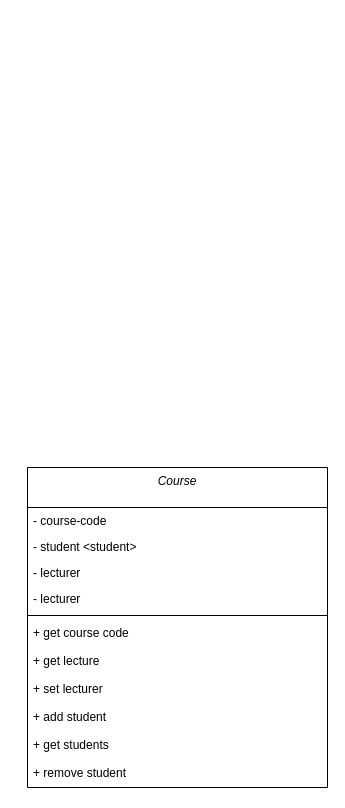
Before: PythonClass/SchoolSystem.drawio in Bamzy123/PythonClass, a draw.io diagram. Source tidied: cells renumbered, new cells numbered last; positions are measured from the earlier drawing's top-left corner, leaving out a move shared by most shapes. Both pictures are drawn from the tidied source at 100%, with x=0, y=0 at pixel (27, 467).
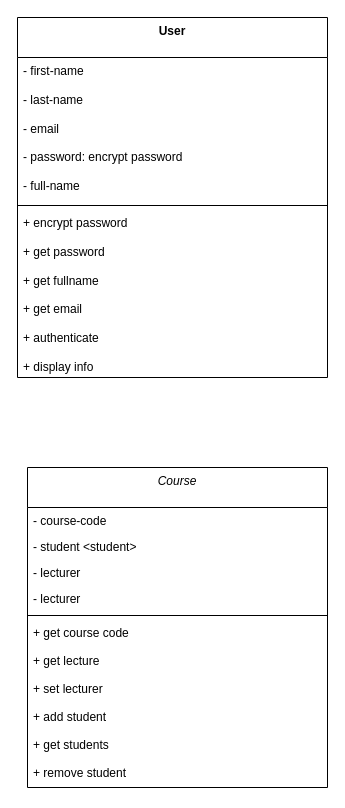
Above is the later version.

What changed in the source:
```diff
@@
 <mxGraphModel>
   <root>
     <mxCell id="0" />
     <mxCell id="1" parent="0" />
     <mxCell id="2" value="Course" style="swimlane;fontStyle=2;align=center;verticalAlign=top;horizontal=1;startSize=40;rounded=0;shadow=0;strokeWidth=1;" parent="1" vertex="1">
       <mxGeometry width="300" height="320" as="geometry" />
     </mxCell>
     <mxCell id="3" value="- course-code" style="text;align=left;verticalAlign=top;spacingLeft=4;spacingRight=4;overflow=hidden;" parent="2" vertex="1">
       <mxGeometry y="40" width="300" height="26" as="geometry" />
     </mxCell>
     <mxCell id="4" value="- student &lt;student&gt;" style="text;align=left;verticalAlign=top;spacingLeft=4;spacingRight=4;overflow=hidden;rounded=0;shadow=0;html=0;" parent="2" vertex="1">
       <mxGeometry y="66" width="300" height="26" as="geometry" />
     </mxCell>
     <mxCell id="5" value="- lecturer" style="text;align=left;verticalAlign=top;spacingLeft=4;spacingRight=4;overflow=hidden;rounded=0;shadow=0;html=0;" parent="2" vertex="1">
       <mxGeometry y="92" width="300" height="26" as="geometry" />
     </mxCell>
     <mxCell id="6" value="- lecturer" style="text;align=left;verticalAlign=top;spacingLeft=4;spacingRight=4;overflow=hidden;rounded=0;shadow=0;html=0;" parent="2" vertex="1">
       <mxGeometry y="118" width="300" height="26" as="geometry" />
     </mxCell>
     <mxCell id="7" style="line;html=1;strokeWidth=1;align=left;verticalAlign=middle;spacingTop=-1;spacingLeft=3;spacingRight=3;labelPosition=right;" parent="2" vertex="1">
       <mxGeometry y="144" width="300" height="8" as="geometry" />
     </mxCell>
     <mxCell id="8" value="+ get course code&#10;&#10;+ get lecture&#10;&#10;+ set lecturer&#10;&#10;+ add student&#10;&#10;+ get students&#10;&#10;+ remove student" style="text;align=left;verticalAlign=top;spacingLeft=4;spacingRight=4;overflow=hidden;" parent="2" vertex="1">
       <mxGeometry y="152" width="300" height="168" as="geometry" />
     </mxCell>
+    <mxCell id="9" value="User" style="swimlane;fontStyle=1;align=center;verticalAlign=top;horizontal=1;startSize=40;whiteSpace=wrap;html=1;" parent="1" vertex="1">
+      <mxGeometry x="-10" y="-450" width="310" height="360" as="geometry" />
+    </mxCell>
+    <mxCell id="10" value="- first-name&lt;div&gt;&lt;br&gt;&lt;div&gt;- last-name&lt;/div&gt;&lt;div&gt;&lt;br&gt;&lt;/div&gt;&lt;div&gt;- email&lt;/div&gt;&lt;/div&gt;&lt;div&gt;&lt;br&gt;&lt;/div&gt;&lt;div&gt;- password: encrypt password&lt;/div&gt;&lt;div&gt;&lt;br&gt;&lt;/div&gt;&lt;div&gt;- full-name&lt;/div&gt;" style="text;strokeColor=none;fillColor=none;align=left;verticalAlign=top;spacingLeft=4;spacingRight=4;overflow=hidden;whiteSpace=wrap;html=1;" parent="9" vertex="1">
+      <mxGeometry y="40" width="310" height="144" as="geometry" />
+    </mxCell>
+    <mxCell id="11" style="line;strokeWidth=1;fillColor=none;align=left;verticalAlign=middle;spacingTop=-1;spacingLeft=3;spacingRight=3;labelPosition=right;strokeColor=inherit;" parent="9" vertex="1">
+      <mxGeometry y="184" width="310" height="8" as="geometry" />
+    </mxCell>
+    <mxCell id="12" value="&lt;div&gt;+ encrypt password&lt;/div&gt;&lt;div&gt;&lt;br&gt;&lt;/div&gt;+ get password&lt;div&gt;&lt;br&gt;&lt;/div&gt;&lt;div&gt;+ get fullname&lt;/div&gt;&lt;div&gt;&lt;br&gt;&lt;/div&gt;&lt;div&gt;+ get email&lt;/div&gt;&lt;div&gt;&lt;br&gt;&lt;/div&gt;&lt;div&gt;+ authenticate&lt;/div&gt;&lt;div&gt;&lt;br&gt;&lt;/div&gt;&lt;div&gt;+ display info&lt;/div&gt;" style="text;strokeColor=none;fillColor=none;align=left;verticalAlign=top;spacingLeft=4;spacingRight=4;overflow=hidden;whiteSpace=wrap;html=1;" parent="9" vertex="1">
+      <mxGeometry y="192" width="310" height="168" as="geometry" />
+    </mxCell>
   </root>
 </mxGraphModel>
```
